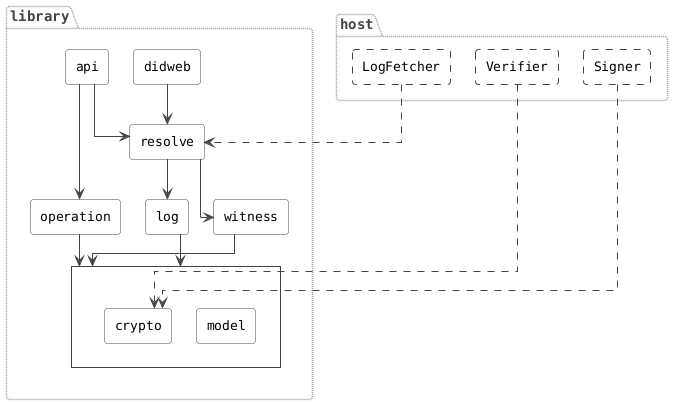
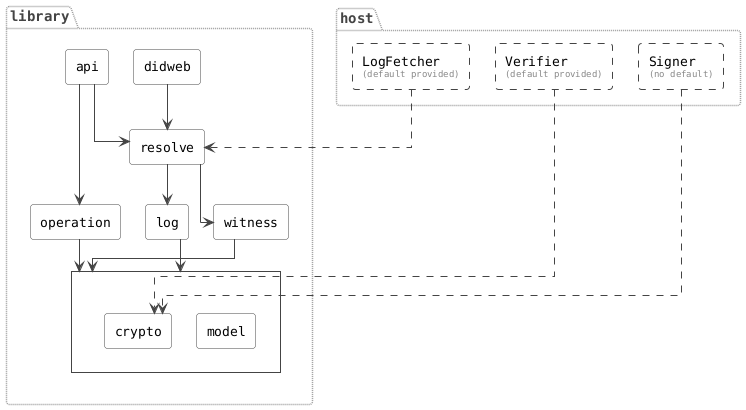
@startuml architecture-overview

' Package-level view of the principal packages and the direction of control
' (not every import), mirroring the abstraction used in the thesis figure it
' substitutes. Deliberately excludes the util/exception packages and the
' shared types in the root package.
'
' model and crypto carry no logic of their own and are used the same way by
' operation, log and witness alike; those three point at the shared "base"
' group with a single arrow rather than at model/crypto separately, so the
' group reads as "uses both" instead of drawing 6 individually crossing
' edges for a 3x2 relationship.

skinparam shadowing false
skinparam nodesep 25
skinparam ranksep 40
skinparam componentStyle rectangle
skinparam defaultFontName "DejaVu Sans Mono"
skinparam defaultFontSize 13
skinparam roundcorner 6
skinparam linetype ortho

skinparam component {
  BackgroundColor White
  BorderColor #444444
  FontSize 13
}
skinparam package {
  BackgroundColor transparent
  BorderColor #999999
  BorderStyle dotted
  FontSize 14
  FontStyle bold
  FontColor #444444
}
skinparam rectangle {
  BorderColor #444444
  RoundCorner 0
}
skinparam ArrowColor #444444

package "library" {
  together {
    component "api" as api
    component "didweb" as didweb
  }

  component "resolve" as resolve

  together {
    component "operation" as operation
    component "log" as log
    component "witness" as witness
  }

  ' shared base: unlabeled + sharp corners so it reads as a grouping frame,
  ' not a named package (packages are rounded throughout).
  rectangle " " as base {
    component "model" as model
    component "crypto" as crypto
  }
}

+ ' Sub-labels state which of the three host-provided interfaces ship a
+ ' built-in default (LogFetcher: HttpClient-backed; Verifier: DefaultVerifier
+ ' for eddsa-jcs-2022) and which does not (Signer -- a private key can only
+ ' come from the host).
package "host" {
-   component "LogFetcher" as fetcher #line.dashed
-   component "Verifier" as verifier #line.dashed
-   component "Signer" as signer #line.dashed
+   component "LogFetcher\n<size:9><color:#888888>(default provided)</color></size>" as fetcher #line.dashed
+   component "Verifier\n<size:9><color:#888888>(default provided)</color></size>" as verifier #line.dashed
+   component "Signer\n<size:9><color:#888888>(no default)</color></size>" as signer #line.dashed
}

api --> operation
api --> resolve
didweb --> resolve

resolve -[hidden]-> operation
resolve --> log
resolve --> witness

' Declared witness/log/operation (not operation/log/witness) on purpose: with
' 3 incoming edges into the same cluster, Graphviz picks boundary ports by
' declaration order, not by the source's actual x-position. This order is
' the one that lines each arrow up straight under its source; reordering
' (or re-adding the `base -[hidden]right-> host` pins below) reliably makes
' the witness edge detour sideways before dropping in -- verify with the
' rendered output after touching this block.
witness --> base
log --> base
operation --> base

fetcher ..> resolve
verifier ..> crypto
signer ..> crypto

@enduml
